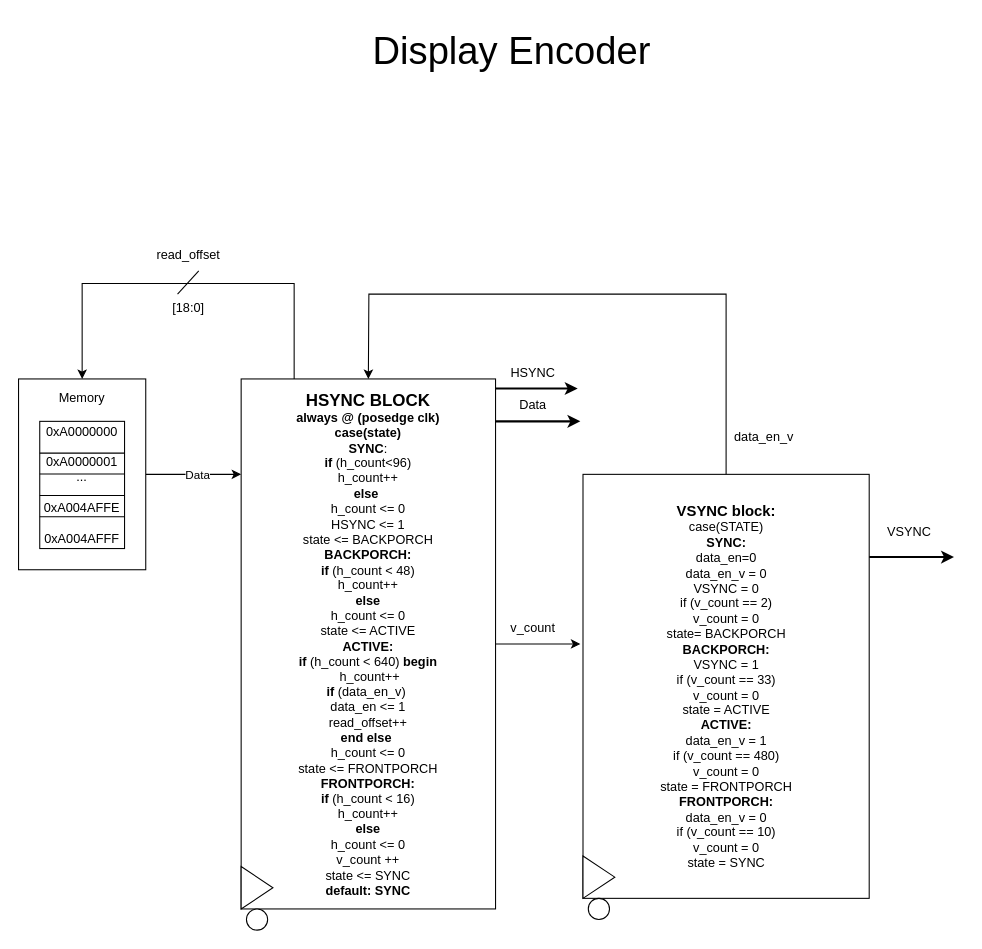
This is Display_Encoder.drawio from limichael246/STARS_2024, a draw.io file, before an edit. Source tidied: cells renumbered, new cells numbered last; positions are measured from the earlier drawing's top-left corner, leaving out a move shared by most shapes. Both pictures are drawn from the tidied source at 106%, with x=0, y=0 at pixel (18, 18).
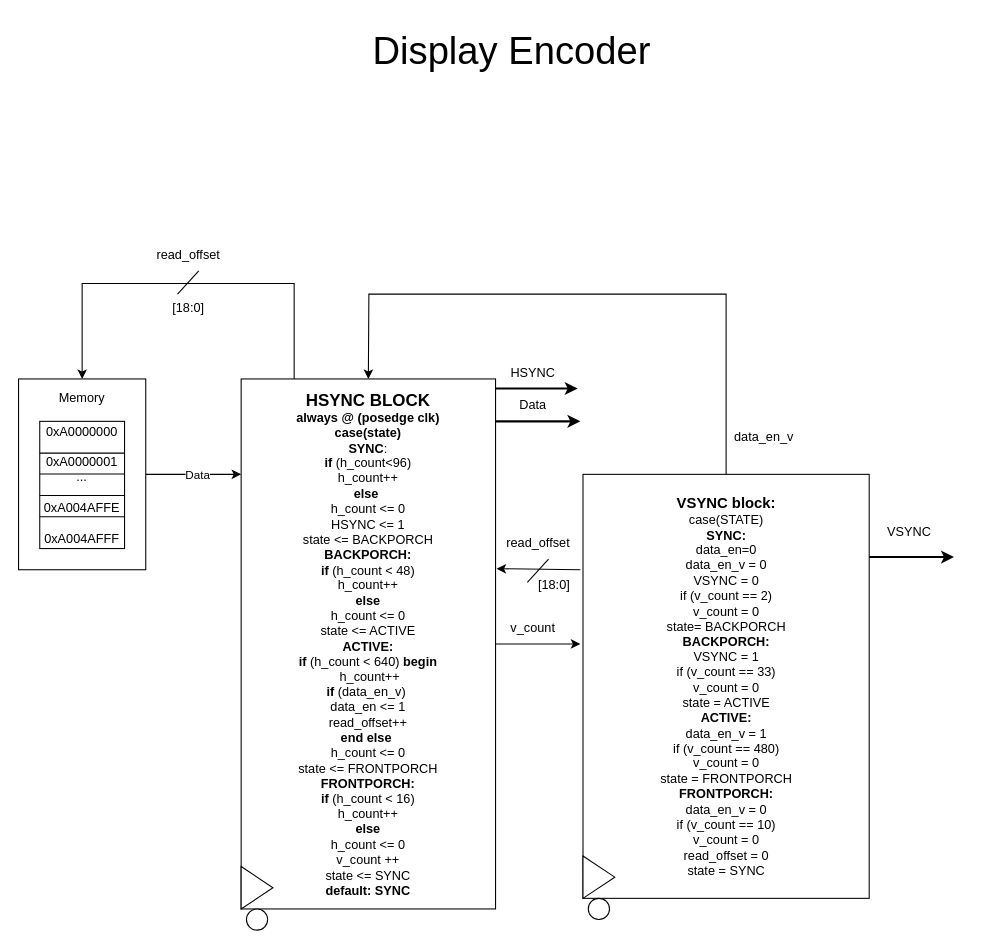
After the change.

The change refers to these unchanged cells:
```xml
<mxCell id="5" value="Memory&lt;div&gt;&lt;br&gt;&lt;/div&gt;&lt;div&gt;&lt;br&gt;&lt;/div&gt;&lt;div&gt;&lt;br&gt;&lt;/div&gt;&lt;div&gt;&lt;br&gt;&lt;/div&gt;&lt;div&gt;&lt;br&gt;&lt;/div&gt;&lt;div&gt;&lt;br&gt;&lt;/div&gt;&lt;div&gt;&lt;br&gt;&lt;/div&gt;&lt;div&gt;&lt;br&gt;&lt;/div&gt;&lt;div&gt;&lt;br&gt;&lt;/div&gt;&lt;div&gt;&lt;br&gt;&lt;/div&gt;" style="whiteSpace=wrap;html=1;" parent="1" vertex="1">
  <mxGeometry y="340" width="120" height="180" as="geometry" />
</mxCell>
<mxCell id="12" value="&lt;div&gt;&lt;b&gt;&lt;font size=&quot;3&quot;&gt;HSYNC BLOCK&lt;/font&gt;&lt;/b&gt;&lt;/div&gt;&lt;b&gt;always @ (posedge clk)&lt;/b&gt;&lt;div&gt;&lt;b&gt;case(state)&lt;/b&gt;&lt;/div&gt;&lt;div&gt;&lt;b&gt;SYNC&lt;/b&gt;:&lt;/div&gt;&lt;div&gt;&lt;b&gt;if &lt;/b&gt;(h_count&amp;lt;96)&lt;/div&gt;&lt;div&gt;h_count++&lt;/div&gt;&lt;div&gt;&lt;b&gt;else&lt;/b&gt;&amp;nbsp;&lt;/div&gt;&lt;div&gt;h_count &amp;lt;= 0&lt;/div&gt;&lt;div&gt;HSYNC &amp;lt;= 1&lt;/div&gt;&lt;div&gt;state &amp;lt;= BACKPORCH&lt;/div&gt;&lt;div&gt;&lt;b&gt;BACKPORCH:&lt;/b&gt;&lt;/div&gt;&lt;div&gt;&lt;b&gt;if&amp;nbsp;&lt;/b&gt;(h_count &amp;lt; 48)&lt;/div&gt;&lt;div&gt;h_count++&lt;/div&gt;&lt;div&gt;&lt;b&gt;else&lt;/b&gt;&lt;/div&gt;&lt;div&gt;h_count &amp;lt;= 0&lt;/div&gt;&lt;div&gt;state &amp;lt;= ACTIVE&lt;/div&gt;&lt;div&gt;&lt;b&gt;ACTIVE:&lt;/b&gt;&lt;/div&gt;&lt;div&gt;&lt;b&gt;if&lt;/b&gt; (h_count &amp;lt; 640) &lt;b&gt;begin&lt;/b&gt;&lt;/div&gt;&lt;div&gt;&amp;nbsp;h_count++&lt;/div&gt;&lt;div&gt;&lt;b style=&quot;background-color: initial;&quot;&gt;if &lt;/b&gt;&lt;span style=&quot;background-color: initial;&quot;&gt;(data_en_v)&amp;nbsp;&lt;/span&gt;&lt;/div&gt;&lt;div&gt;data_en &amp;lt;= 1&lt;/div&gt;&lt;div&gt;read_offset++&lt;/div&gt;&lt;div&gt;&lt;b&gt;end else&amp;nbsp;&lt;/b&gt;&lt;/div&gt;&lt;div&gt;h_count &amp;lt;= 0&lt;/div&gt;&lt;div&gt;state &amp;lt;= FRONTPORCH&lt;/div&gt;&lt;div&gt;&lt;b&gt;FRONTPORCH:&lt;/b&gt;&lt;/div&gt;&lt;div&gt;&lt;b&gt;if &lt;/b&gt;(h_count &amp;lt; 16)&lt;/div&gt;&lt;div&gt;h_count++&lt;/div&gt;&lt;div&gt;&lt;b&gt;else&lt;/b&gt;&lt;/div&gt;&lt;div&gt;h_count &amp;lt;= 0&lt;/div&gt;&lt;div&gt;v_count ++&lt;/div&gt;&lt;div&gt;state &amp;lt;= SYNC&lt;/div&gt;&lt;div&gt;&lt;b&gt;default: SYNC&lt;/b&gt;&lt;/div&gt;" style="whiteSpace=wrap;html=1;" parent="1" vertex="1">
  <mxGeometry x="210" y="340" width="240" height="500" as="geometry" />
</mxCell>
```

What changed in the source:
```diff
@@
-    <mxCell id="17" value="&lt;b&gt;&lt;font style=&quot;font-size: 14px;&quot;&gt;VSYNC block:&lt;/font&gt;&lt;/b&gt;&lt;div&gt;case(STATE)&lt;/div&gt;&lt;div&gt;&lt;b&gt;SYNC:&lt;/b&gt;&lt;br&gt;&lt;div&gt;data_en=0&lt;/div&gt;&lt;div&gt;data_en_v = 0&lt;/div&gt;&lt;div&gt;VSYNC = 0&lt;/div&gt;&lt;div&gt;&lt;div&gt;if (v_count == 2)&lt;/div&gt;&lt;div&gt;v_count = 0&lt;/div&gt;&lt;/div&gt;&lt;div&gt;state= BACKPORCH&lt;/div&gt;&lt;div&gt;&lt;b&gt;BACKPORCH:&lt;/b&gt;&lt;/div&gt;&lt;div&gt;VSYNC = 1&lt;/div&gt;&lt;div&gt;&lt;div&gt;&lt;div&gt;if (v_count == 33)&lt;/div&gt;&lt;div&gt;v_count = 0&lt;/div&gt;&lt;/div&gt;&lt;div&gt;state = ACTIVE&lt;/div&gt;&lt;/div&gt;&lt;div&gt;&lt;b&gt;ACTIVE:&lt;/b&gt;&lt;/div&gt;&lt;div&gt;data_en_v = 1&lt;/div&gt;&lt;div&gt;&lt;div&gt;&lt;div&gt;if (v_count == 480)&lt;/div&gt;&lt;div&gt;v_count = 0&lt;/div&gt;&lt;/div&gt;&lt;div&gt;state = FRONTPORCH&lt;/div&gt;&lt;/div&gt;&lt;div&gt;&lt;b&gt;FRONTPORCH:&lt;/b&gt;&lt;br&gt;&lt;/div&gt;&lt;div&gt;data_en_v = 0&lt;/div&gt;&lt;/div&gt;&lt;div&gt;&lt;div&gt;&lt;div&gt;if (v_count == 10)&lt;/div&gt;&lt;div&gt;v_count = 0&lt;/div&gt;&lt;/div&gt;&lt;div&gt;state = SYNC&lt;/div&gt;&lt;/div&gt;" style="whiteSpace=wrap;html=1;" parent="1" vertex="1">
+    <mxCell id="17" value="&lt;b&gt;&lt;font style=&quot;font-size: 14px;&quot;&gt;VSYNC block:&lt;/font&gt;&lt;/b&gt;&lt;div&gt;case(STATE)&lt;/div&gt;&lt;div&gt;&lt;b&gt;SYNC:&lt;/b&gt;&lt;br&gt;&lt;div&gt;data_en=0&lt;/div&gt;&lt;div&gt;data_en_v = 0&lt;/div&gt;&lt;div&gt;VSYNC = 0&lt;/div&gt;&lt;div&gt;&lt;div&gt;if (v_count == 2)&lt;/div&gt;&lt;div&gt;v_count = 0&lt;/div&gt;&lt;/div&gt;&lt;div&gt;state= BACKPORCH&lt;/div&gt;&lt;div&gt;&lt;b&gt;BACKPORCH:&lt;/b&gt;&lt;/div&gt;&lt;div&gt;VSYNC = 1&lt;/div&gt;&lt;div&gt;&lt;div&gt;&lt;div&gt;if (v_count == 33)&lt;/div&gt;&lt;div&gt;v_count = 0&lt;/div&gt;&lt;/div&gt;&lt;div&gt;state = ACTIVE&lt;/div&gt;&lt;/div&gt;&lt;div&gt;&lt;b&gt;ACTIVE:&lt;/b&gt;&lt;/div&gt;&lt;div&gt;data_en_v = 1&lt;/div&gt;&lt;div&gt;&lt;div&gt;&lt;div&gt;if (v_count == 480)&lt;/div&gt;&lt;div&gt;v_count = 0&lt;/div&gt;&lt;/div&gt;&lt;div&gt;state = FRONTPORCH&lt;/div&gt;&lt;/div&gt;&lt;div&gt;&lt;b&gt;FRONTPORCH:&lt;/b&gt;&lt;br&gt;&lt;/div&gt;&lt;div&gt;data_en_v = 0&lt;/div&gt;&lt;/div&gt;&lt;div&gt;&lt;div&gt;&lt;div&gt;if (v_count == 10)&lt;/div&gt;&lt;div&gt;v_count = 0&lt;/div&gt;&lt;/div&gt;&lt;div&gt;read_offset = 0&lt;/div&gt;&lt;div&gt;state = SYNC&lt;/div&gt;&lt;/div&gt;" style="whiteSpace=wrap;html=1;" parent="1" vertex="1">
       <mxGeometry x="532.5" y="430" width="270" height="400" as="geometry" />
     </mxCell>
@@
     <mxCell id="27" style="endArrow=classic;html=1;rounded=0;entryX=0.5;entryY=0;entryDx=0;entryDy=0;" parent="1" edge="1" target="5">
       <mxGeometry relative="1" as="geometry">
         <mxPoint x="260" y="340" as="sourcePoint" />
         <Array as="points">
+          <mxPoint x="260" y="290" />
           <mxPoint x="260" y="250" />
           <mxPoint x="60" y="250" />
         </Array>
       </mxGeometry>
     </mxCell>
@@
+    <mxCell id="31" style="endArrow=classic;html=1;rounded=0;entryX=1.004;entryY=0.358;entryDx=0;entryDy=0;entryPerimeter=0;" parent="1" edge="1" target="12">
+      <mxGeometry relative="1" as="geometry">
+        <mxPoint x="530" y="520" as="sourcePoint" />
+      </mxGeometry>
+    </mxCell>
+    <mxCell id="32" value="read_offset" style="text;html=1;align=center;verticalAlign=middle;strokeColor=none;fillColor=none;" parent="1" vertex="1">
+      <mxGeometry x="450" y="480" width="80" height="30" as="geometry" />
+    </mxCell>
+    <mxCell id="33" style="endArrow=none;html=1;rounded=0;" parent="1" edge="1">
+      <mxGeometry relative="1" as="geometry">
+        <mxPoint x="480" y="532" as="sourcePoint" />
+        <mxPoint x="500" y="510" as="targetPoint" />
+      </mxGeometry>
+    </mxCell>
+    <mxCell id="34" value="[18:0]" style="text;html=1;align=center;verticalAlign=middle;strokeColor=none;fillColor=none;" parent="1" vertex="1">
+      <mxGeometry x="480" y="520" width="50" height="30" as="geometry" />
+    </mxCell>
```
